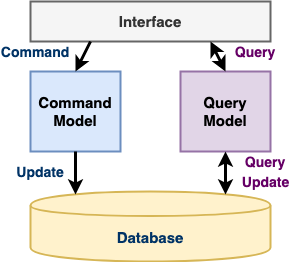
The draw.io diagram diagrams/png/command_query_responsibility_segregation_small.png in wuyichen24/system-design-knowledge, before a commit. Source tidied: cells renumbered, new cells last; positions are measured from the earlier drawing's top-left corner, leaving out a move shared by most shapes. Source of this version:
```xml
<mxGraphModel>
  <root>
    <mxCell id="0" />
    <mxCell id="1" parent="0" />
    <mxCell id="2" value="&lt;font style=&quot;font-size: 15px&quot;&gt;&lt;b&gt;Command Model&lt;/b&gt;&lt;/font&gt;" style="rounded=0;whiteSpace=wrap;html=1;strokeWidth=2;fillColor=#dae8fc;strokeColor=#6c8ebf;" parent="1" vertex="1">
      <mxGeometry x="30" y="70" width="90" height="80" as="geometry" />
    </mxCell>
    <mxCell id="3" value="&lt;font style=&quot;font-size: 15px&quot;&gt;&lt;b&gt;Query&lt;br&gt;Model&lt;/b&gt;&lt;/font&gt;" style="rounded=0;whiteSpace=wrap;html=1;strokeWidth=2;fillColor=#e1d5e7;strokeColor=#9673a6;" parent="1" vertex="1">
      <mxGeometry x="180" y="70" width="90" height="80" as="geometry" />
    </mxCell>
    <mxCell id="4" value="&lt;font style=&quot;font-size: 15px&quot; color=&quot;#003366&quot;&gt;&lt;b&gt;Database&lt;/b&gt;&lt;/font&gt;" style="shape=cylinder;whiteSpace=wrap;html=1;boundedLbl=1;backgroundOutline=1;strokeWidth=2;fillColor=#fff2cc;strokeColor=#d6b656;" parent="1" vertex="1">
      <mxGeometry x="30" y="190" width="240" height="70" as="geometry" />
    </mxCell>
    <mxCell id="5" value="&lt;font style=&quot;font-size: 15px&quot;&gt;&lt;b&gt;Interface&lt;/b&gt;&lt;/font&gt;" style="rounded=0;whiteSpace=wrap;html=1;strokeWidth=2;fillColor=#f5f5f5;strokeColor=#666666;fontColor=#333333;" parent="1" vertex="1">
      <mxGeometry x="30" width="240" height="40" as="geometry" />
    </mxCell>
    <mxCell id="6" style="endArrow=classic;html=1;strokeWidth=3;entryX=0.5;entryY=0;entryDx=0;entryDy=0;targetPerimeterSpacing=-1;endSize=6;exitX=0.25;exitY=1;exitDx=0;exitDy=0;" parent="1" edge="1" source="5" target="2">
      <mxGeometry relative="1" as="geometry" />
    </mxCell>
    <mxCell id="7" style="endArrow=classic;html=1;strokeWidth=3;exitX=0.5;exitY=1;exitDx=0;exitDy=0;jumpSize=6;startSize=6;endSize=6;" parent="1" edge="1" source="2">
      <mxGeometry relative="1" as="geometry">
        <mxPoint x="75" y="193" as="targetPoint" />
      </mxGeometry>
    </mxCell>
    <mxCell id="8" style="endArrow=classic;html=1;strokeWidth=3;targetPerimeterSpacing=0;endSize=6;exitX=0.5;exitY=0;exitDx=0;exitDy=0;startArrow=classic;startFill=1;entryX=0.75;entryY=1;entryDx=0;entryDy=0;" parent="1" edge="1" source="3" target="5">
      <mxGeometry relative="1" as="geometry" />
    </mxCell>
    <mxCell id="9" style="endArrow=classic;html=1;strokeWidth=3;targetPerimeterSpacing=0;endSize=6;entryX=0.5;entryY=1;entryDx=0;entryDy=0;startArrow=classic;startFill=1;" parent="1" edge="1" target="3">
      <mxGeometry relative="1" as="geometry">
        <mxPoint x="225" y="193" as="sourcePoint" />
      </mxGeometry>
    </mxCell>
    <mxCell id="10" value="&lt;span style=&quot;font-size: 14px&quot;&gt;&lt;b&gt;&lt;font color=&quot;#660066&quot;&gt;Query&lt;/font&gt;&lt;/b&gt;&lt;/span&gt;" style="text;html=1;strokeColor=none;fillColor=none;align=center;verticalAlign=middle;whiteSpace=wrap;rounded=0;" parent="1" vertex="1">
      <mxGeometry x="230" y="40" width="50" height="20" as="geometry" />
    </mxCell>
    <mxCell id="11" value="&lt;span style=&quot;font-size: 14px&quot;&gt;&lt;b&gt;&lt;font color=&quot;#003366&quot;&gt;Command&lt;/font&gt;&lt;/b&gt;&lt;/span&gt;" style="text;html=1;strokeColor=none;fillColor=none;align=center;verticalAlign=middle;whiteSpace=wrap;rounded=0;" parent="1" vertex="1">
      <mxGeometry y="40" width="70" height="20" as="geometry" />
    </mxCell>
    <mxCell id="12" value="&lt;span style=&quot;font-size: 14px&quot;&gt;&lt;b&gt;&lt;font color=&quot;#660066&quot;&gt;Update&lt;/font&gt;&lt;/b&gt;&lt;/span&gt;" style="text;html=1;strokeColor=none;fillColor=none;align=center;verticalAlign=middle;whiteSpace=wrap;rounded=0;" parent="1" vertex="1">
      <mxGeometry x="242.5" y="170" width="45" height="20" as="geometry" />
    </mxCell>
    <mxCell id="13" value="&lt;span style=&quot;font-size: 14px&quot;&gt;&lt;b&gt;&lt;font color=&quot;#660066&quot;&gt;Query&lt;/font&gt;&lt;/b&gt;&lt;/span&gt;" style="text;html=1;strokeColor=none;fillColor=none;align=center;verticalAlign=middle;whiteSpace=wrap;rounded=0;" parent="1" vertex="1">
      <mxGeometry x="240" y="150" width="50" height="20" as="geometry" />
    </mxCell>
    <mxCell id="14" value="&lt;span style=&quot;font-size: 14px&quot;&gt;&lt;b&gt;&lt;font color=&quot;#003366&quot;&gt;Update&lt;/font&gt;&lt;/b&gt;&lt;/span&gt;" style="text;html=1;strokeColor=none;fillColor=none;align=center;verticalAlign=middle;whiteSpace=wrap;rounded=0;" parent="1" vertex="1">
      <mxGeometry x="10" y="160" width="60" height="20" as="geometry" />
    </mxCell>
  </root>
</mxGraphModel>
```
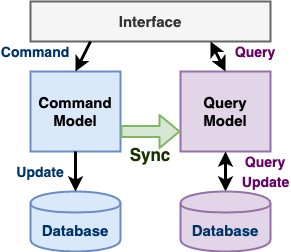
Later version of the same file.

Commit message:
correct the diagram

Diff of the diagram source:
```diff
@@ -8,8 +8,8 @@
     <mxCell id="3" value="&lt;font style=&quot;font-size: 15px&quot;&gt;&lt;b&gt;Query&lt;br&gt;Model&lt;/b&gt;&lt;/font&gt;" style="rounded=0;whiteSpace=wrap;html=1;strokeWidth=2;fillColor=#e1d5e7;strokeColor=#9673a6;" parent="1" vertex="1">
       <mxGeometry x="180" y="70" width="90" height="80" as="geometry" />
     </mxCell>
-    <mxCell id="4" value="&lt;font style=&quot;font-size: 15px&quot; color=&quot;#003366&quot;&gt;&lt;b&gt;Database&lt;/b&gt;&lt;/font&gt;" style="shape=cylinder;whiteSpace=wrap;html=1;boundedLbl=1;backgroundOutline=1;strokeWidth=2;fillColor=#fff2cc;strokeColor=#d6b656;" parent="1" vertex="1">
-      <mxGeometry x="30" y="190" width="240" height="70" as="geometry" />
+    <mxCell id="4" value="&lt;font style=&quot;font-size: 15px&quot; color=&quot;#003366&quot;&gt;&lt;b&gt;Database&lt;/b&gt;&lt;/font&gt;" style="shape=cylinder;whiteSpace=wrap;html=1;boundedLbl=1;backgroundOutline=1;strokeWidth=2;fillColor=#dae8fc;strokeColor=#6c8ebf;" parent="1" vertex="1">
+      <mxGeometry x="30" y="190" width="90" height="60" as="geometry" />
     </mxCell>
     <mxCell id="5" value="&lt;font style=&quot;font-size: 15px&quot;&gt;&lt;b&gt;Interface&lt;/b&gt;&lt;/font&gt;" style="rounded=0;whiteSpace=wrap;html=1;strokeWidth=2;fillColor=#f5f5f5;strokeColor=#666666;fontColor=#333333;" parent="1" vertex="1">
       <mxGeometry x="30" width="240" height="40" as="geometry" />
@@ -17,18 +17,14 @@
     <mxCell id="6" style="endArrow=classic;html=1;strokeWidth=3;entryX=0.5;entryY=0;entryDx=0;entryDy=0;targetPerimeterSpacing=-1;endSize=6;exitX=0.25;exitY=1;exitDx=0;exitDy=0;" parent="1" edge="1" source="5" target="2">
       <mxGeometry relative="1" as="geometry" />
     </mxCell>
-    <mxCell id="7" style="endArrow=classic;html=1;strokeWidth=3;exitX=0.5;exitY=1;exitDx=0;exitDy=0;jumpSize=6;startSize=6;endSize=6;" parent="1" edge="1" source="2">
-      <mxGeometry relative="1" as="geometry">
-        <mxPoint x="75" y="193" as="targetPoint" />
-      </mxGeometry>
+    <mxCell id="7" style="endArrow=classic;html=1;strokeWidth=3;exitX=0.5;exitY=1;exitDx=0;exitDy=0;jumpSize=6;startSize=6;endSize=6;entryX=0.5;entryY=0;entryDx=0;entryDy=0;" parent="1" edge="1" source="2" target="4">
+      <mxGeometry relative="1" as="geometry" />
     </mxCell>
     <mxCell id="8" style="endArrow=classic;html=1;strokeWidth=3;targetPerimeterSpacing=0;endSize=6;exitX=0.5;exitY=0;exitDx=0;exitDy=0;startArrow=classic;startFill=1;entryX=0.75;entryY=1;entryDx=0;entryDy=0;" parent="1" edge="1" source="3" target="5">
       <mxGeometry relative="1" as="geometry" />
     </mxCell>
-    <mxCell id="9" style="endArrow=classic;html=1;strokeWidth=3;targetPerimeterSpacing=0;endSize=6;entryX=0.5;entryY=1;entryDx=0;entryDy=0;startArrow=classic;startFill=1;" parent="1" edge="1" target="3">
-      <mxGeometry relative="1" as="geometry">
-        <mxPoint x="225" y="193" as="sourcePoint" />
-      </mxGeometry>
+    <mxCell id="9" style="endArrow=classic;html=1;strokeWidth=3;targetPerimeterSpacing=0;endSize=6;entryX=0.5;entryY=1;entryDx=0;entryDy=0;startArrow=classic;startFill=1;exitX=0.5;exitY=0;exitDx=0;exitDy=0;" parent="1" edge="1" source="15" target="3">
+      <mxGeometry relative="1" as="geometry" />
     </mxCell>
     <mxCell id="10" value="&lt;span style=&quot;font-size: 14px&quot;&gt;&lt;b&gt;&lt;font color=&quot;#660066&quot;&gt;Query&lt;/font&gt;&lt;/b&gt;&lt;/span&gt;" style="text;html=1;strokeColor=none;fillColor=none;align=center;verticalAlign=middle;whiteSpace=wrap;rounded=0;" parent="1" vertex="1">
       <mxGeometry x="230" y="40" width="50" height="20" as="geometry" />
@@ -39,11 +35,20 @@
     <mxCell id="12" value="&lt;span style=&quot;font-size: 14px&quot;&gt;&lt;b&gt;&lt;font color=&quot;#660066&quot;&gt;Update&lt;/font&gt;&lt;/b&gt;&lt;/span&gt;" style="text;html=1;strokeColor=none;fillColor=none;align=center;verticalAlign=middle;whiteSpace=wrap;rounded=0;" parent="1" vertex="1">
       <mxGeometry x="242.5" y="170" width="45" height="20" as="geometry" />
     </mxCell>
+    <mxCell id="15" value="&lt;font style=&quot;font-size: 15px&quot; color=&quot;#003366&quot;&gt;&lt;b&gt;Database&lt;/b&gt;&lt;/font&gt;" style="shape=cylinder;whiteSpace=wrap;html=1;boundedLbl=1;backgroundOutline=1;strokeWidth=2;fillColor=#e1d5e7;strokeColor=#9673a6;" parent="1" vertex="1">
+      <mxGeometry x="180" y="190" width="90" height="60" as="geometry" />
+    </mxCell>
     <mxCell id="13" value="&lt;span style=&quot;font-size: 14px&quot;&gt;&lt;b&gt;&lt;font color=&quot;#660066&quot;&gt;Query&lt;/font&gt;&lt;/b&gt;&lt;/span&gt;" style="text;html=1;strokeColor=none;fillColor=none;align=center;verticalAlign=middle;whiteSpace=wrap;rounded=0;" parent="1" vertex="1">
       <mxGeometry x="240" y="150" width="50" height="20" as="geometry" />
     </mxCell>
+    <mxCell id="16" style="shape=flexArrow;endArrow=classic;html=1;strokeWidth=2;fillColor=#d5e8d4;strokeColor=#82b366;exitX=1;exitY=0.75;exitDx=0;exitDy=0;entryX=0;entryY=0.75;entryDx=0;entryDy=0;" parent="1" edge="1" source="2" target="3">
+      <mxGeometry relative="1" as="geometry" />
+    </mxCell>
     <mxCell id="14" value="&lt;span style=&quot;font-size: 14px&quot;&gt;&lt;b&gt;&lt;font color=&quot;#003366&quot;&gt;Update&lt;/font&gt;&lt;/b&gt;&lt;/span&gt;" style="text;html=1;strokeColor=none;fillColor=none;align=center;verticalAlign=middle;whiteSpace=wrap;rounded=0;" parent="1" vertex="1">
       <mxGeometry x="10" y="160" width="60" height="20" as="geometry" />
     </mxCell>
+    <mxCell id="17" value="&lt;font style=&quot;font-size: 17px&quot; color=&quot;#1a3300&quot;&gt;&lt;b&gt;Sync&lt;/b&gt;&lt;/font&gt;" style="text;html=1;strokeColor=none;fillColor=none;align=center;verticalAlign=middle;whiteSpace=wrap;rounded=0;" parent="1" vertex="1">
+      <mxGeometry x="130" y="145" width="40" height="15" as="geometry" />
+    </mxCell>
   </root>
 </mxGraphModel>
```
